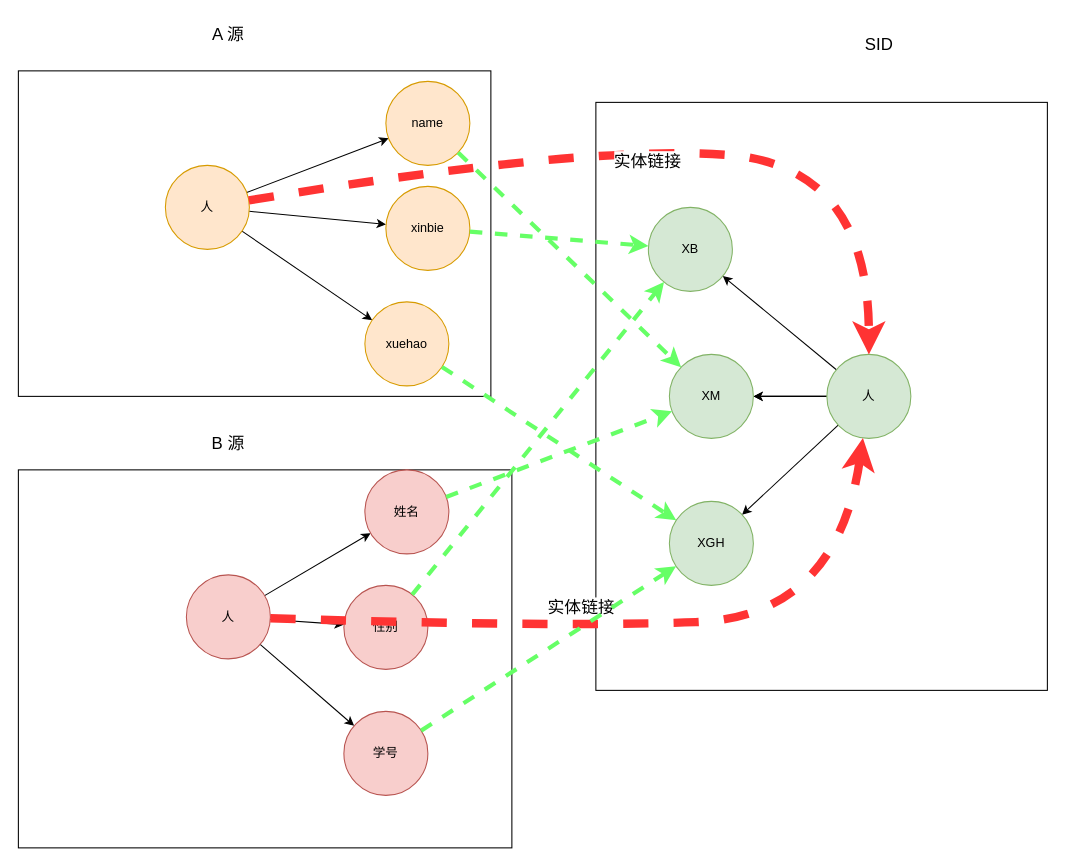
This is map.drawio from evilbinary/data, a draw.io file, before an edit. Source tidied: cells renumbered, new cells numbered last; positions are measured from the earlier drawing's top-left corner, leaving out a move shared by most shapes. Both pictures are drawn from the tidied source at 105%, with x=0, y=0 at pixel (18, 18).
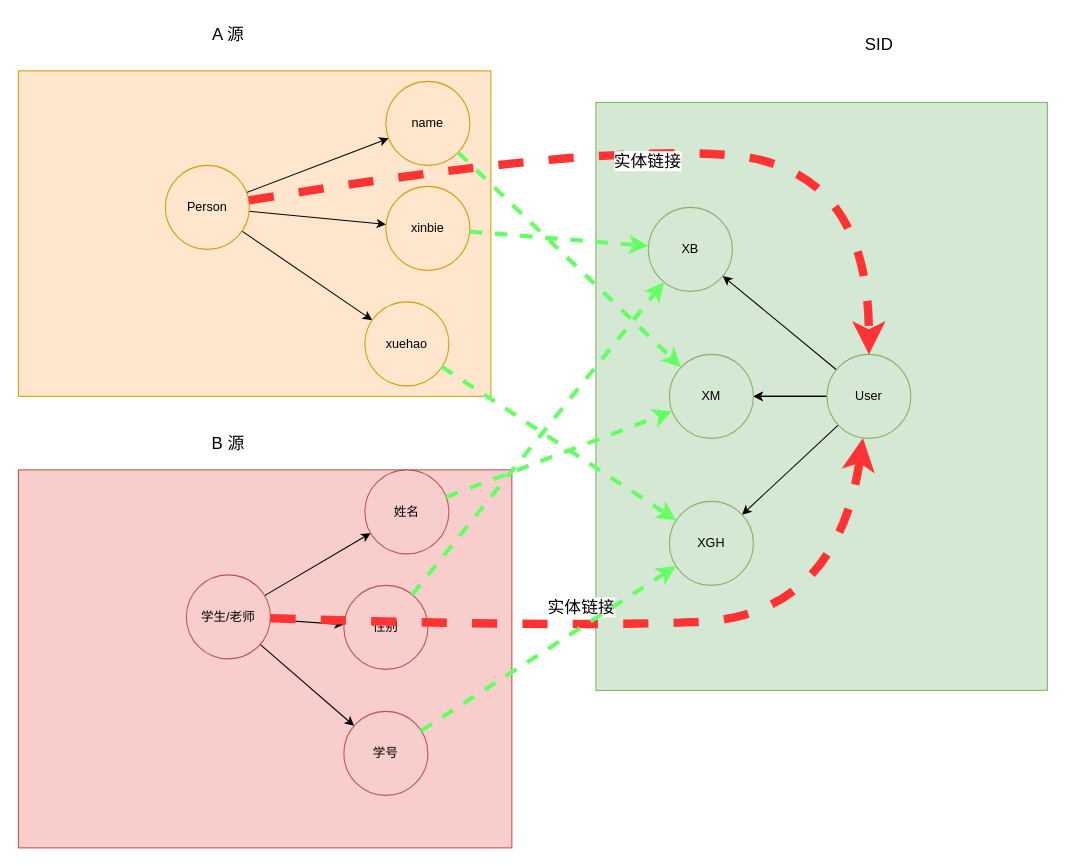
The same diagram, later.

Change to the diagram source:
```diff
@@
-    <mxCell id="2" style="rounded=0;whiteSpace=wrap;html=1;" parent="1" vertex="1">
+    <mxCell id="2" style="rounded=0;whiteSpace=wrap;html=1;fillColor=#ffe6cc;strokeColor=#d79b00;" parent="1" vertex="1">
       <mxGeometry y="50" width="450" height="310" as="geometry" />
     </mxCell>
@@
-    <mxCell id="6" value="人" style="ellipse;whiteSpace=wrap;html=1;fillColor=#ffe6cc;strokeColor=#d79b00;" parent="1" vertex="1">
+    <mxCell id="6" value="Person" style="ellipse;whiteSpace=wrap;html=1;fillColor=#ffe6cc;strokeColor=#d79b00;" parent="1" vertex="1">
       <mxGeometry x="140" y="140" width="80" height="80" as="geometry" />
     </mxCell>
@@
-    <mxCell id="8" style="rounded=0;whiteSpace=wrap;html=1;" parent="1" vertex="1">
+    <mxCell id="8" style="rounded=0;whiteSpace=wrap;html=1;fillColor=#f8cecc;strokeColor=#b85450;" parent="1" vertex="1">
       <mxGeometry y="430" width="470" height="360" as="geometry" />
     </mxCell>
@@
-    <mxCell id="10" style="rounded=0;whiteSpace=wrap;html=1;" parent="1" vertex="1">
+    <mxCell id="10" style="rounded=0;whiteSpace=wrap;html=1;fillColor=#d5e8d4;strokeColor=#82b366;" parent="1" vertex="1">
       <mxGeometry x="550" y="80" width="430" height="560" as="geometry" />
     </mxCell>
@@
-    <mxCell id="15" value="人" style="ellipse;whiteSpace=wrap;html=1;fillColor=#f8cecc;strokeColor=#b85450;" parent="1" vertex="1">
+    <mxCell id="15" value="学生/老师" style="ellipse;whiteSpace=wrap;html=1;fillColor=#f8cecc;strokeColor=#b85450;" parent="1" vertex="1">
       <mxGeometry x="160" y="530" width="80" height="80" as="geometry" />
     </mxCell>
@@
-    <mxCell id="22" value="人" style="ellipse;whiteSpace=wrap;html=1;fillColor=#d5e8d4;strokeColor=#82b366;" parent="1" vertex="1">
+    <mxCell id="22" value="User" style="ellipse;whiteSpace=wrap;html=1;fillColor=#d5e8d4;strokeColor=#82b366;" parent="1" vertex="1">
       <mxGeometry x="770" y="320" width="80" height="80" as="geometry" />
     </mxCell>
```
